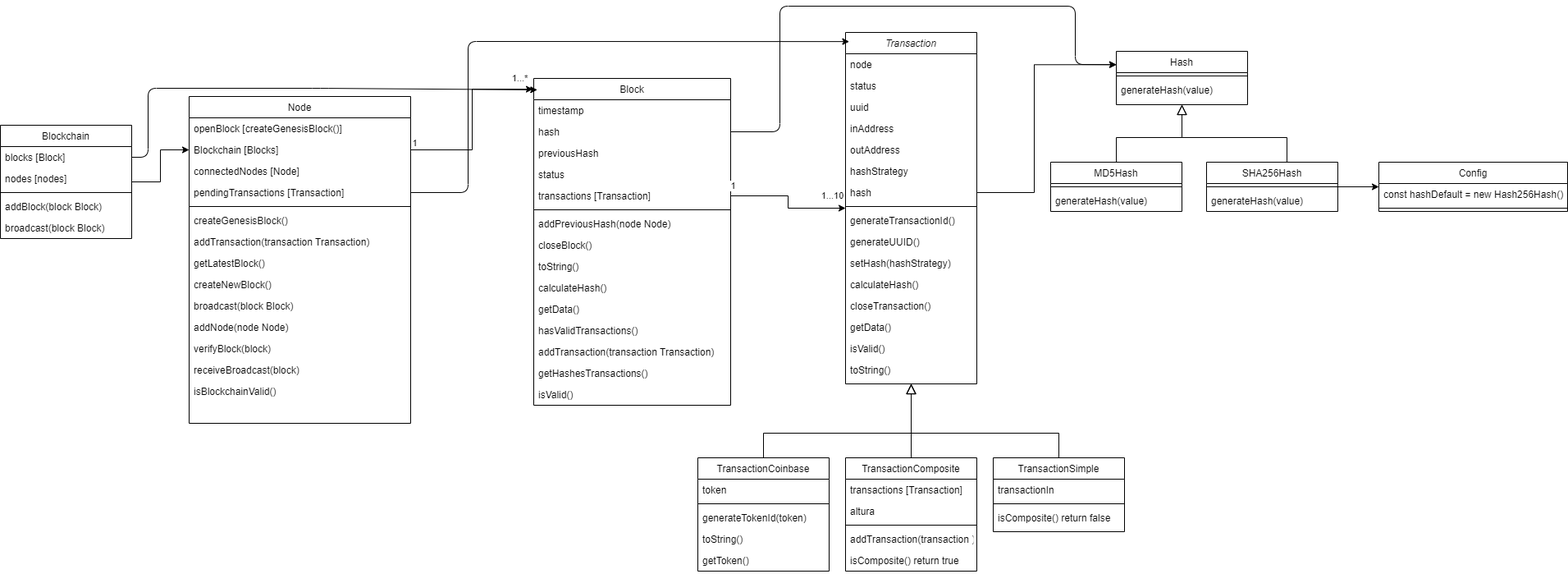
Above: Diagrama.drawio.png in JuanPMurdolo/Tyh-2023-Grupo1 (draw.io), before the change. Source tidied: cells renumbered, new cells last; positions are measured from the earlier drawing's top-left corner, leaving out a move shared by most shapes.
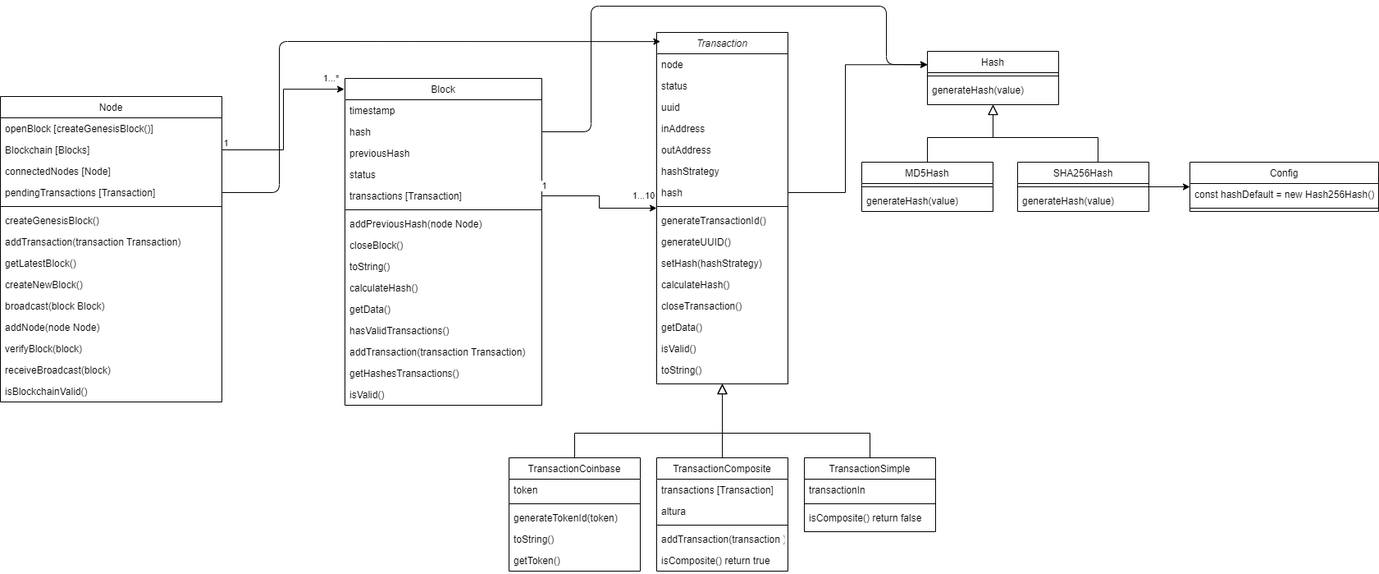
After the commit.

Commit message:
diagrama de clases

What changed in the source:
```diff
@@ -148,7 +148,7 @@
       <mxGeometry y="372" width="240" height="26" as="geometry" />
     </mxCell>
     <mxCell id="49" value="Node" style="swimlane;fontStyle=0;align=center;verticalAlign=top;horizontal=1;startSize=26;rounded=0;shadow=0;strokeWidth=1;" parent="1" vertex="1">
-      <mxGeometry x="230" y="110" width="270" height="398" as="geometry" />
+      <mxGeometry x="230" y="110" width="270" height="372" as="geometry" />
     </mxCell>
     <mxCell id="50" value="openBlock [createGenesisBlock()]" style="text;align=left;verticalAlign=top;spacingLeft=4;spacingRight=4;overflow=hidden;" parent="49" vertex="1">
       <mxGeometry y="26" width="270" height="26" as="geometry" />
@@ -192,27 +192,6 @@
     <mxCell id="63" value="isBlockchainValid()" style="text;align=left;verticalAlign=top;spacingLeft=4;spacingRight=4;overflow=hidden;" parent="49" vertex="1">
       <mxGeometry y="346" width="270" height="26" as="geometry" />
     </mxCell>
-    <mxCell id="64" style="edgeStyle=orthogonalEdgeStyle;rounded=0;jettySize=auto;html=1;entryX=0;entryY=0.5;entryDx=0;entryDy=0;" parent="1" edge="1" source="65" target="51">
-      <mxGeometry relative="1" as="geometry" />
-    </mxCell>
-    <mxCell id="65" value="Blockchain" style="swimlane;fontStyle=0;align=center;verticalAlign=top;horizontal=1;startSize=26;rounded=0;shadow=0;strokeWidth=1;" parent="1" vertex="1">
-      <mxGeometry y="145" width="160" height="138" as="geometry" />
-    </mxCell>
-    <mxCell id="66" value="blocks [Block] " style="text;align=left;verticalAlign=top;spacingLeft=4;spacingRight=4;overflow=hidden;points=[[0,0.5],[1,0.5]];portConstraint=eastwest;" parent="65" vertex="1">
-      <mxGeometry y="26" width="160" height="26" as="geometry" />
-    </mxCell>
-    <mxCell id="67" value="nodes [nodes]" style="text;align=left;verticalAlign=top;spacingLeft=4;spacingRight=4;overflow=hidden;" parent="65" vertex="1">
-      <mxGeometry y="52" width="160" height="26" as="geometry" />
-    </mxCell>
-    <mxCell id="68" style="line;html=1;strokeWidth=1;align=left;verticalAlign=middle;spacingTop=-1;spacingLeft=3;spacingRight=3;labelPosition=right;" parent="65" vertex="1">
-      <mxGeometry y="78" width="160" height="8" as="geometry" />
-    </mxCell>
-    <mxCell id="69" value="addBlock(block Block)" style="text;align=left;verticalAlign=top;spacingLeft=4;spacingRight=4;overflow=hidden;" parent="65" vertex="1">
-      <mxGeometry y="86" width="160" height="26" as="geometry" />
-    </mxCell>
-    <mxCell id="70" value="broadcast(block Block)" style="text;align=left;verticalAlign=top;spacingLeft=4;spacingRight=4;overflow=hidden;" parent="65" vertex="1">
-      <mxGeometry y="112" width="160" height="26" as="geometry" />
-    </mxCell>
     <mxCell id="71" value="TransactionSimple" style="swimlane;fontStyle=0;align=center;verticalAlign=top;horizontal=1;startSize=26;rounded=0;shadow=0;strokeWidth=1;" parent="1" vertex="1">
       <mxGeometry x="1210" y="550" width="160" height="90" as="geometry" />
     </mxCell>
@@ -339,14 +318,5 @@
         </Array>
       </mxGeometry>
     </mxCell>
-    <mxCell id="100" style="edgeStyle=none;html=1;entryX=0.018;entryY=0.035;entryDx=0;entryDy=0;entryPerimeter=0;exitX=1;exitY=0.5;exitDx=0;exitDy=0;" parent="1" edge="1" source="66" target="33">
-      <mxGeometry relative="1" as="geometry">
-        <Array as="points">
-          <mxPoint x="180" y="184" />
-          <mxPoint x="180" y="100" />
-          <mxPoint x="390" y="100" />
-        </Array>
-      </mxGeometry>
-    </mxCell>
   </root>
 </mxGraphModel>
```
